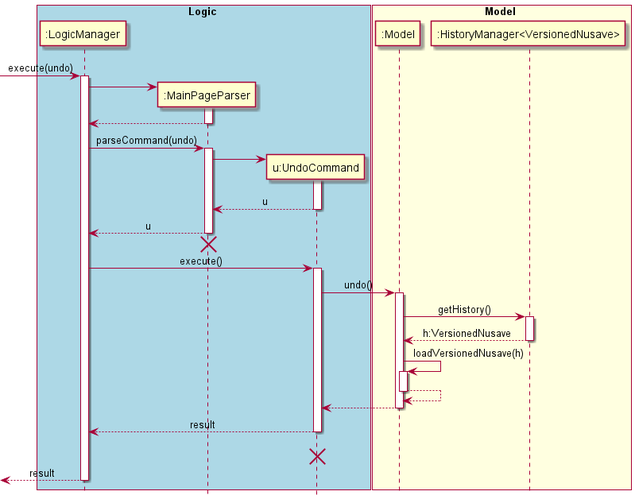
Earlier version of the PlantUML export docs/diagrams/UndoSequenceDiagram.png (yu-ming-chen/tp).
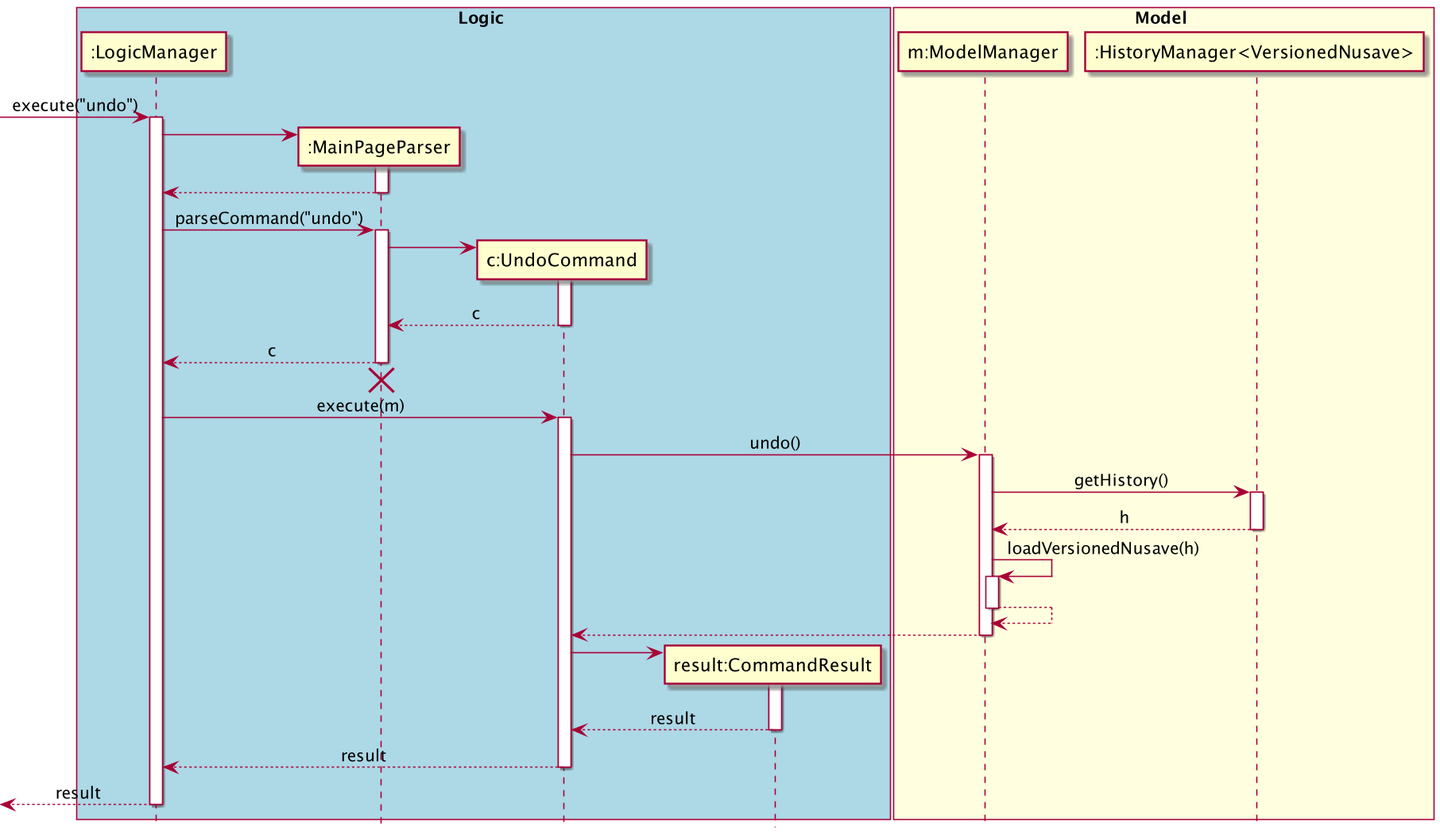
The same file after the commit.

What changed in the source:
```diff
@@ -5,14 +5,15 @@
 box Logic #LightBlue
 participant ":LogicManager" as LogicManager
 participant ":MainPageParser" as MainPageParser
-participant "u:UndoCommand" as UndoCommand
+participant "c:UndoCommand" as UndoCommand
+participant "result:CommandResult" as CommandResult
 end box
 
 box Model #LightYellow
-participant ":Model" as Model
+participant "m:ModelManager" as Model
 participant ":HistoryManager<VersionedNusave>" as HistoryManager
 end box
-[-> LogicManager : execute(undo)
+[-> LogicManager : execute("undo")
 activate LogicManager
 
 create MainPageParser
@@ -22,22 +23,22 @@
 MainPageParser --> LogicManager
 deactivate MainPageParser
 
-LogicManager -> MainPageParser : parseCommand(undo)
+LogicManager -> MainPageParser : parseCommand("undo")
 activate MainPageParser
 
 create UndoCommand
 MainPageParser -> UndoCommand
 activate UndoCommand
 
-UndoCommand --> MainPageParser : u
+UndoCommand --> MainPageParser : c
 deactivate UndoCommand
 
-MainPageParser --> LogicManager : u
+MainPageParser --> LogicManager : c
 deactivate MainPageParser
 MainPageParser -[hidden]-> LogicManager
 destroy MainPageParser
 
-LogicManager -> UndoCommand : execute()
+LogicManager -> UndoCommand : execute(m)
 activate UndoCommand
 
 UndoCommand -> Model : undo()
@@ -46,7 +47,7 @@
 Model -> HistoryManager : getHistory()
 activate HistoryManager
 
-HistoryManager --> Model : h:VersionedNusave
+HistoryManager --> Model : h
 deactivate HistoryManager
 
 
@@ -58,10 +59,14 @@
 Model --> UndoCommand
 deactivate Model
 
+create CommandResult
+UndoCommand -> CommandResult
+activate CommandResult
+CommandResult --> UndoCommand : result
+deactivate CommandResult
+
 UndoCommand --> LogicManager : result
 deactivate UndoCommand
-UndoCommand -[hidden]-> LogicManager : result
-destroy UndoCommand
 
 [<--LogicManager : result
 deactivate LogicManager
```
